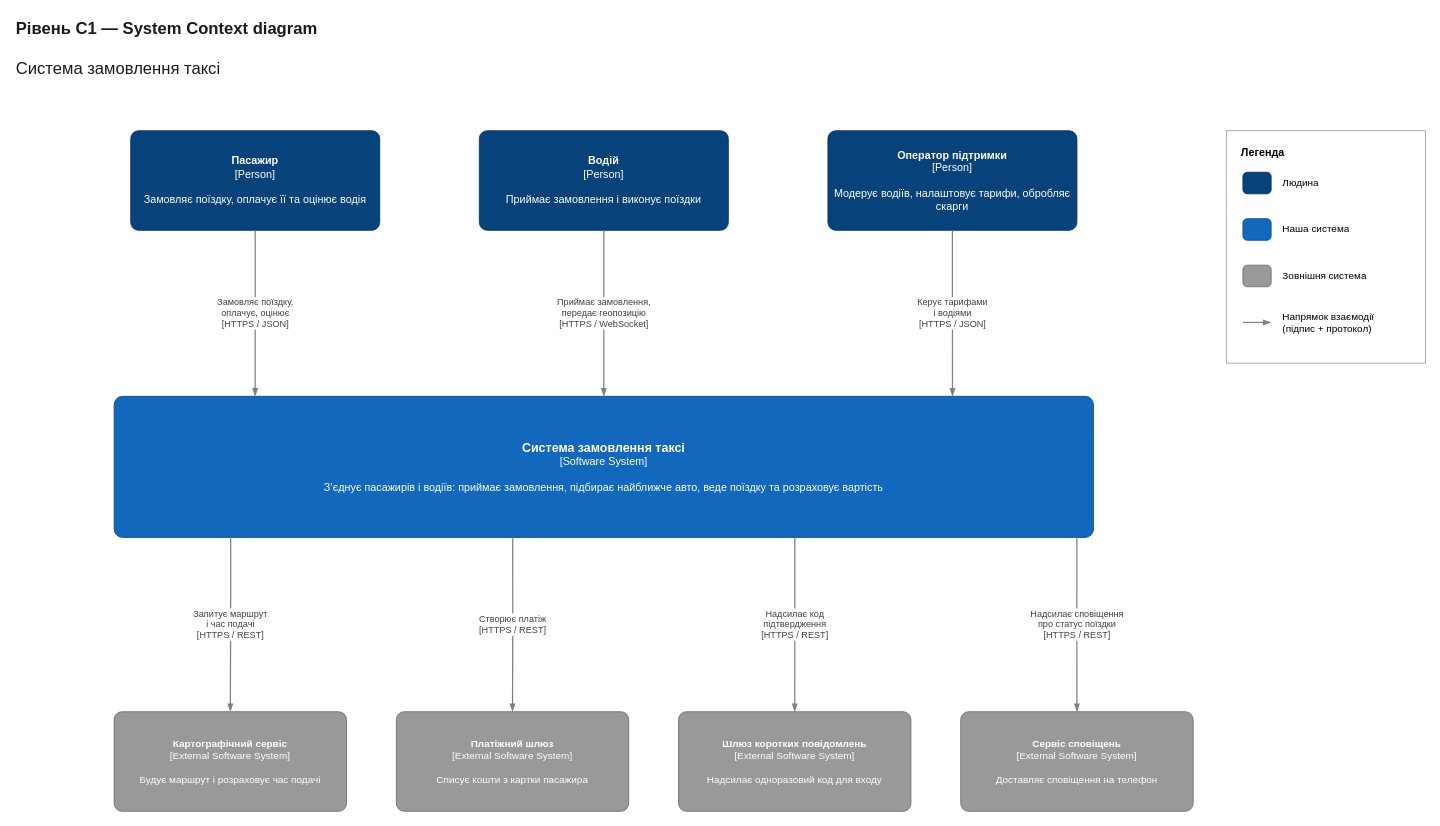
mineo71/taxi-app keeps this draw.io diagram as page "C1 — System Context" (1 of 3) of docs/architecture/diagrams/taxi-c4-model.drawio. Above is the earlier version. Source tidied: cells renumbered, new cells numbered last; positions are measured from the earlier drawing's top-left corner, leaving out a move shared by most shapes. Both pictures are drawn from the tidied source at 83%, with x=0, y=0 at pixel (14, 14).
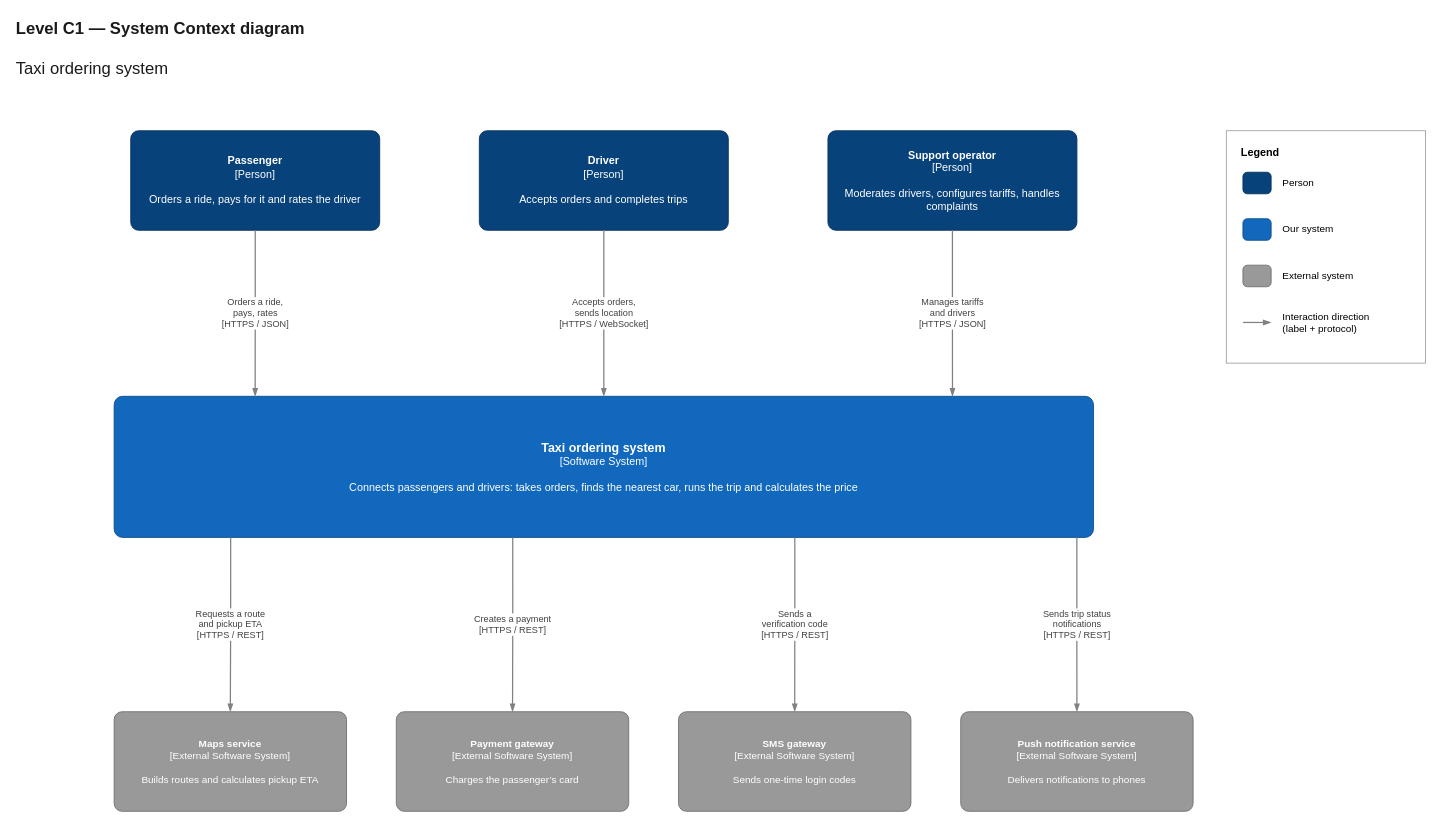
After the change.

The edit, as a diff of the source:
```diff
@@
-    <mxCell id="2" value="&lt;b&gt;Рівень C1 — System Context diagram&lt;/b&gt;&lt;br&gt;&lt;br&gt;Система замовлення таксі" style="text;html=1;align=left;verticalAlign=middle;fontSize=20;fontColor=#1A1A1A;" parent="1" vertex="1">
+    <mxCell id="2" value="&lt;b&gt;Level C1 — System Context diagram&lt;/b&gt;&lt;br&gt;&lt;br&gt;Taxi ordering system" style="text;html=1;align=left;verticalAlign=middle;fontSize=20;fontColor=#1A1A1A;" parent="1" vertex="1">
       <mxGeometry width="800" height="80" as="geometry" />
     </mxCell>
-    <mxCell id="3" value="&lt;b&gt;Пасажир&lt;/b&gt;&lt;br&gt;[Person]&lt;br&gt;&lt;br&gt;Замовляє поїздку, оплачує її та оцінює водія" style="rounded=1;arcSize=8;whiteSpace=wrap;html=1;fillColor=#08427B;strokeColor=#052E56;fontColor=#FFFFFF;fontSize=13;spacing=8;" parent="1" vertex="1">
+    <mxCell id="3" value="&lt;b&gt;Passenger&lt;/b&gt;&lt;br&gt;[Person]&lt;br&gt;&lt;br&gt;Orders a ride, pays for it and rates the driver" style="rounded=1;arcSize=8;whiteSpace=wrap;html=1;fillColor=#08427B;strokeColor=#052E56;fontColor=#FFFFFF;fontSize=13;spacing=8;" parent="1" vertex="1">
       <mxGeometry x="140" y="140" width="300" height="120" as="geometry" />
     </mxCell>
-    <mxCell id="4" value="&lt;b&gt;Водій&lt;/b&gt;&lt;br&gt;[Person]&lt;br&gt;&lt;br&gt;Приймає замовлення і виконує поїздки" style="rounded=1;arcSize=8;whiteSpace=wrap;html=1;fillColor=#08427B;strokeColor=#052E56;fontColor=#FFFFFF;fontSize=13;spacing=8;" parent="1" vertex="1">
+    <mxCell id="4" value="&lt;b&gt;Driver&lt;/b&gt;&lt;br&gt;[Person]&lt;br&gt;&lt;br&gt;Accepts orders and completes trips" style="rounded=1;arcSize=8;whiteSpace=wrap;html=1;fillColor=#08427B;strokeColor=#052E56;fontColor=#FFFFFF;fontSize=13;spacing=8;" parent="1" vertex="1">
       <mxGeometry x="560" y="140" width="300" height="120" as="geometry" />
     </mxCell>
-    <mxCell id="5" value="&lt;b&gt;Оператор підтримки&lt;/b&gt;&lt;br&gt;[Person]&lt;br&gt;&lt;br&gt;Модерує водіїв, налаштовує тарифи, обробляє скарги" style="rounded=1;arcSize=8;whiteSpace=wrap;html=1;fillColor=#08427B;strokeColor=#052E56;fontColor=#FFFFFF;fontSize=13;spacing=8;" parent="1" vertex="1">
+    <mxCell id="5" value="&lt;b&gt;Support operator&lt;/b&gt;&lt;br&gt;[Person]&lt;br&gt;&lt;br&gt;Moderates drivers, configures tariffs, handles complaints" style="rounded=1;arcSize=8;whiteSpace=wrap;html=1;fillColor=#08427B;strokeColor=#052E56;fontColor=#FFFFFF;fontSize=13;spacing=8;" parent="1" vertex="1">
       <mxGeometry x="980" y="140" width="300" height="120" as="geometry" />
     </mxCell>
-    <mxCell id="6" value="&lt;b style=&quot;font-size: 15px;&quot;&gt;Система замовлення таксі&lt;/b&gt;&lt;br&gt;[Software System]&lt;br&gt;&lt;br&gt;Зʼєднує пасажирів і водіїв: приймає замовлення, підбирає найближче авто, веде поїздку та розраховує вартість" style="rounded=1;arcSize=6;whiteSpace=wrap;html=1;fillColor=#1168BD;strokeColor=#0B4884;fontColor=#FFFFFF;fontSize=13;spacing=12;" parent="1" vertex="1">
+    <mxCell id="6" value="&lt;b style=&quot;font-size: 15px;&quot;&gt;Taxi ordering system&lt;/b&gt;&lt;br&gt;[Software System]&lt;br&gt;&lt;br&gt;Connects passengers and drivers: takes orders, finds the nearest car, runs the trip and calculates the price" style="rounded=1;arcSize=6;whiteSpace=wrap;html=1;fillColor=#1168BD;strokeColor=#0B4884;fontColor=#FFFFFF;fontSize=13;spacing=12;" parent="1" vertex="1">
       <mxGeometry x="120" y="460" width="1180" height="170" as="geometry" />
     </mxCell>
-    <mxCell id="7" value="&lt;b&gt;Картографічний сервіс&lt;/b&gt;&lt;br&gt;[External Software System]&lt;br&gt;&lt;br&gt;Будує маршрут і розраховує час подачі" style="rounded=1;arcSize=8;whiteSpace=wrap;html=1;fillColor=#999999;strokeColor=#6B6B6B;fontColor=#FFFFFF;fontSize=12;spacing=8;" parent="1" vertex="1">
+    <mxCell id="7" value="&lt;b&gt;Maps service&lt;/b&gt;&lt;br&gt;[External Software System]&lt;br&gt;&lt;br&gt;Builds routes and calculates pickup ETA" style="rounded=1;arcSize=8;whiteSpace=wrap;html=1;fillColor=#999999;strokeColor=#6B6B6B;fontColor=#FFFFFF;fontSize=12;spacing=8;" parent="1" vertex="1">
       <mxGeometry x="120" y="840" width="280" height="120" as="geometry" />
     </mxCell>
-    <mxCell id="8" value="&lt;b&gt;Платіжний шлюз&lt;/b&gt;&lt;br&gt;[External Software System]&lt;br&gt;&lt;br&gt;Списує кошти з картки пасажира" style="rounded=1;arcSize=8;whiteSpace=wrap;html=1;fillColor=#999999;strokeColor=#6B6B6B;fontColor=#FFFFFF;fontSize=12;spacing=8;" parent="1" vertex="1">
+    <mxCell id="8" value="&lt;b&gt;Payment gateway&lt;/b&gt;&lt;br&gt;[External Software System]&lt;br&gt;&lt;br&gt;Charges the passenger’s card" style="rounded=1;arcSize=8;whiteSpace=wrap;html=1;fillColor=#999999;strokeColor=#6B6B6B;fontColor=#FFFFFF;fontSize=12;spacing=8;" parent="1" vertex="1">
       <mxGeometry x="460" y="840" width="280" height="120" as="geometry" />
     </mxCell>
-    <mxCell id="9" value="&lt;b&gt;Шлюз коротких повідомлень&lt;/b&gt;&lt;br&gt;[External Software System]&lt;br&gt;&lt;br&gt;Надсилає одноразовий код для входу" style="rounded=1;arcSize=8;whiteSpace=wrap;html=1;fillColor=#999999;strokeColor=#6B6B6B;fontColor=#FFFFFF;fontSize=12;spacing=8;" parent="1" vertex="1">
+    <mxCell id="9" value="&lt;b&gt;SMS gateway&lt;/b&gt;&lt;br&gt;[External Software System]&lt;br&gt;&lt;br&gt;Sends one-time login codes" style="rounded=1;arcSize=8;whiteSpace=wrap;html=1;fillColor=#999999;strokeColor=#6B6B6B;fontColor=#FFFFFF;fontSize=12;spacing=8;" parent="1" vertex="1">
       <mxGeometry x="800" y="840" width="280" height="120" as="geometry" />
     </mxCell>
-    <mxCell id="10" value="&lt;b&gt;Сервіс сповіщень&lt;/b&gt;&lt;br&gt;[External Software System]&lt;br&gt;&lt;br&gt;Доставляє сповіщення на телефон" style="rounded=1;arcSize=8;whiteSpace=wrap;html=1;fillColor=#999999;strokeColor=#6B6B6B;fontColor=#FFFFFF;fontSize=12;spacing=8;" parent="1" vertex="1">
+    <mxCell id="10" value="&lt;b&gt;Push notification service&lt;/b&gt;&lt;br&gt;[External Software System]&lt;br&gt;&lt;br&gt;Delivers notifications to phones" style="rounded=1;arcSize=8;whiteSpace=wrap;html=1;fillColor=#999999;strokeColor=#6B6B6B;fontColor=#FFFFFF;fontSize=12;spacing=8;" parent="1" vertex="1">
       <mxGeometry x="1140" y="840" width="280" height="120" as="geometry" />
     </mxCell>
-    <mxCell id="11" value="Замовляє поїздку,&lt;br&gt;оплачує, оцінює&lt;br&gt;[HTTPS / JSON]" style="edgeStyle=orthogonalEdgeStyle;rounded=1;endArrow=blockThin;html=1;strokeColor=#808080;strokeWidth=1.5;fontSize=11;fontColor=#404040;labelBackgroundColor=#FFFFFF;exitX=0.5;exitY=1;exitDx=0;exitDy=0;entryX=0.144;entryY=0;entryDx=0;entryDy=0;" parent="1" edge="1" source="3" target="6">
+    <mxCell id="11" value="Orders a ride,&lt;br&gt;pays, rates&lt;br&gt;[HTTPS / JSON]" style="edgeStyle=orthogonalEdgeStyle;rounded=1;endArrow=blockThin;html=1;strokeColor=#808080;strokeWidth=1.5;fontSize=11;fontColor=#404040;labelBackgroundColor=#FFFFFF;exitX=0.5;exitY=1;exitDx=0;exitDy=0;entryX=0.144;entryY=0;entryDx=0;entryDy=0;" parent="1" edge="1" source="3" target="6">
       <mxGeometry relative="1" as="geometry" />
     </mxCell>
-    <mxCell id="12" value="Приймає замовлення,&lt;br&gt;передає геопозицію&lt;br&gt;[HTTPS / WebSocket]" style="edgeStyle=orthogonalEdgeStyle;rounded=1;endArrow=blockThin;html=1;strokeColor=#808080;strokeWidth=1.5;fontSize=11;fontColor=#404040;labelBackgroundColor=#FFFFFF;exitX=0.5;exitY=1;exitDx=0;exitDy=0;entryX=0.5;entryY=0;entryDx=0;entryDy=0;" parent="1" edge="1" source="4" target="6">
+    <mxCell id="12" value="Accepts orders,&lt;br&gt;sends location&lt;br&gt;[HTTPS / WebSocket]" style="edgeStyle=orthogonalEdgeStyle;rounded=1;endArrow=blockThin;html=1;strokeColor=#808080;strokeWidth=1.5;fontSize=11;fontColor=#404040;labelBackgroundColor=#FFFFFF;exitX=0.5;exitY=1;exitDx=0;exitDy=0;entryX=0.5;entryY=0;entryDx=0;entryDy=0;" parent="1" edge="1" source="4" target="6">
       <mxGeometry relative="1" as="geometry" />
     </mxCell>
-    <mxCell id="13" value="Керує тарифами&lt;br&gt;і водіями&lt;br&gt;[HTTPS / JSON]" style="edgeStyle=orthogonalEdgeStyle;rounded=1;endArrow=blockThin;html=1;strokeColor=#808080;strokeWidth=1.5;fontSize=11;fontColor=#404040;labelBackgroundColor=#FFFFFF;exitX=0.5;exitY=1;exitDx=0;exitDy=0;entryX=0.856;entryY=0;entryDx=0;entryDy=0;" parent="1" edge="1" source="5" target="6">
+    <mxCell id="13" value="Manages tariffs&lt;br&gt;and drivers&lt;br&gt;[HTTPS / JSON]" style="edgeStyle=orthogonalEdgeStyle;rounded=1;endArrow=blockThin;html=1;strokeColor=#808080;strokeWidth=1.5;fontSize=11;fontColor=#404040;labelBackgroundColor=#FFFFFF;exitX=0.5;exitY=1;exitDx=0;exitDy=0;entryX=0.856;entryY=0;entryDx=0;entryDy=0;" parent="1" edge="1" source="5" target="6">
       <mxGeometry relative="1" as="geometry" />
     </mxCell>
-    <mxCell id="14" value="Запитує маршрут&lt;br&gt;і час подачі&lt;br&gt;[HTTPS / REST]" style="edgeStyle=orthogonalEdgeStyle;rounded=1;endArrow=blockThin;html=1;strokeColor=#808080;strokeWidth=1.5;fontSize=11;fontColor=#404040;labelBackgroundColor=#FFFFFF;exitX=0.119;exitY=1;exitDx=0;exitDy=0;entryX=0.5;entryY=0;entryDx=0;entryDy=0;" parent="1" edge="1" source="6" target="7">
+    <mxCell id="14" value="Requests a route&lt;br&gt;and pickup ETA&lt;br&gt;[HTTPS / REST]" style="edgeStyle=orthogonalEdgeStyle;rounded=1;endArrow=blockThin;html=1;strokeColor=#808080;strokeWidth=1.5;fontSize=11;fontColor=#404040;labelBackgroundColor=#FFFFFF;exitX=0.119;exitY=1;exitDx=0;exitDy=0;entryX=0.5;entryY=0;entryDx=0;entryDy=0;" parent="1" edge="1" source="6" target="7">
       <mxGeometry relative="1" as="geometry" />
     </mxCell>
-    <mxCell id="15" value="Створює платіж&lt;br&gt;[HTTPS / REST]" style="edgeStyle=orthogonalEdgeStyle;rounded=1;endArrow=blockThin;html=1;strokeColor=#808080;strokeWidth=1.5;fontSize=11;fontColor=#404040;labelBackgroundColor=#FFFFFF;exitX=0.407;exitY=1;exitDx=0;exitDy=0;entryX=0.5;entryY=0;entryDx=0;entryDy=0;" parent="1" edge="1" source="6" target="8">
+    <mxCell id="15" value="Creates a payment&lt;br&gt;[HTTPS / REST]" style="edgeStyle=orthogonalEdgeStyle;rounded=1;endArrow=blockThin;html=1;strokeColor=#808080;strokeWidth=1.5;fontSize=11;fontColor=#404040;labelBackgroundColor=#FFFFFF;exitX=0.407;exitY=1;exitDx=0;exitDy=0;entryX=0.5;entryY=0;entryDx=0;entryDy=0;" parent="1" edge="1" source="6" target="8">
       <mxGeometry relative="1" as="geometry" />
     </mxCell>
-    <mxCell id="16" value="Надсилає код&lt;br&gt;підтвердження&lt;br&gt;[HTTPS / REST]" style="edgeStyle=orthogonalEdgeStyle;rounded=1;endArrow=blockThin;html=1;strokeColor=#808080;strokeWidth=1.5;fontSize=11;fontColor=#404040;labelBackgroundColor=#FFFFFF;exitX=0.695;exitY=1;exitDx=0;exitDy=0;entryX=0.5;entryY=0;entryDx=0;entryDy=0;" parent="1" edge="1" source="6" target="9">
+    <mxCell id="16" value="Sends a&lt;br&gt;verification code&lt;br&gt;[HTTPS / REST]" style="edgeStyle=orthogonalEdgeStyle;rounded=1;endArrow=blockThin;html=1;strokeColor=#808080;strokeWidth=1.5;fontSize=11;fontColor=#404040;labelBackgroundColor=#FFFFFF;exitX=0.695;exitY=1;exitDx=0;exitDy=0;entryX=0.5;entryY=0;entryDx=0;entryDy=0;" parent="1" edge="1" source="6" target="9">
       <mxGeometry relative="1" as="geometry" />
     </mxCell>
-    <mxCell id="17" value="Надсилає сповіщення&lt;br&gt;про статус поїздки&lt;br&gt;[HTTPS / REST]" style="edgeStyle=orthogonalEdgeStyle;rounded=1;endArrow=blockThin;html=1;strokeColor=#808080;strokeWidth=1.5;fontSize=11;fontColor=#404040;labelBackgroundColor=#FFFFFF;exitX=0.983;exitY=1;exitDx=0;exitDy=0;entryX=0.5;entryY=0;entryDx=0;entryDy=0;" parent="1" edge="1" source="6" target="10">
+    <mxCell id="17" value="Sends trip status&lt;br&gt;notifications&lt;br&gt;[HTTPS / REST]" style="edgeStyle=orthogonalEdgeStyle;rounded=1;endArrow=blockThin;html=1;strokeColor=#808080;strokeWidth=1.5;fontSize=11;fontColor=#404040;labelBackgroundColor=#FFFFFF;exitX=0.983;exitY=1;exitDx=0;exitDy=0;entryX=0.5;entryY=0;entryDx=0;entryDy=0;" parent="1" edge="1" source="6" target="10">
       <mxGeometry relative="1" as="geometry" />
     </mxCell>
-    <mxCell id="18" value="&lt;b&gt;Легенда&lt;/b&gt;" style="rounded=0;whiteSpace=wrap;html=1;fillColor=none;strokeColor=#9A9A9A;verticalAlign=top;align=left;spacingLeft=16;spacingTop=12;fontSize=13;" parent="1" vertex="1">
+    <mxCell id="18" value="&lt;b&gt;Legend&lt;/b&gt;" style="rounded=0;whiteSpace=wrap;html=1;fillColor=none;strokeColor=#9A9A9A;verticalAlign=top;align=left;spacingLeft=16;spacingTop=12;fontSize=13;" parent="1" vertex="1">
       <mxGeometry x="1460" y="140" width="240" height="280" as="geometry" />
     </mxCell>
@@
-    <mxCell id="20" value="Людина" style="text;html=1;align=left;verticalAlign=middle;fontSize=12;" parent="1" vertex="1">
+    <mxCell id="20" value="Person" style="text;html=1;align=left;verticalAlign=middle;fontSize=12;" parent="1" vertex="1">
       <mxGeometry x="1526" y="190" width="160" height="26" as="geometry" />
     </mxCell>
@@
-    <mxCell id="22" value="Наша система" style="text;html=1;align=left;verticalAlign=middle;fontSize=12;" parent="1" vertex="1">
+    <mxCell id="22" value="Our system" style="text;html=1;align=left;verticalAlign=middle;fontSize=12;" parent="1" vertex="1">
       <mxGeometry x="1526" y="246" width="160" height="26" as="geometry" />
     </mxCell>
@@
-    <mxCell id="24" value="Зовнішня система" style="text;html=1;align=left;verticalAlign=middle;fontSize=12;" parent="1" vertex="1">
+    <mxCell id="24" value="External system" style="text;html=1;align=left;verticalAlign=middle;fontSize=12;" parent="1" vertex="1">
       <mxGeometry x="1526" y="302" width="160" height="26" as="geometry" />
     </mxCell>
@@
-    <mxCell id="26" value="Напрямок взаємодії&lt;br&gt;(підпис + протокол)" style="text;html=1;align=left;verticalAlign=middle;fontSize=12;" parent="1" vertex="1">
+    <mxCell id="26" value="Interaction direction&lt;br&gt;(label + protocol)" style="text;html=1;align=left;verticalAlign=middle;fontSize=12;" parent="1" vertex="1">
       <mxGeometry x="1526" y="352" width="160" height="38" as="geometry" />
     </mxCell>
```
